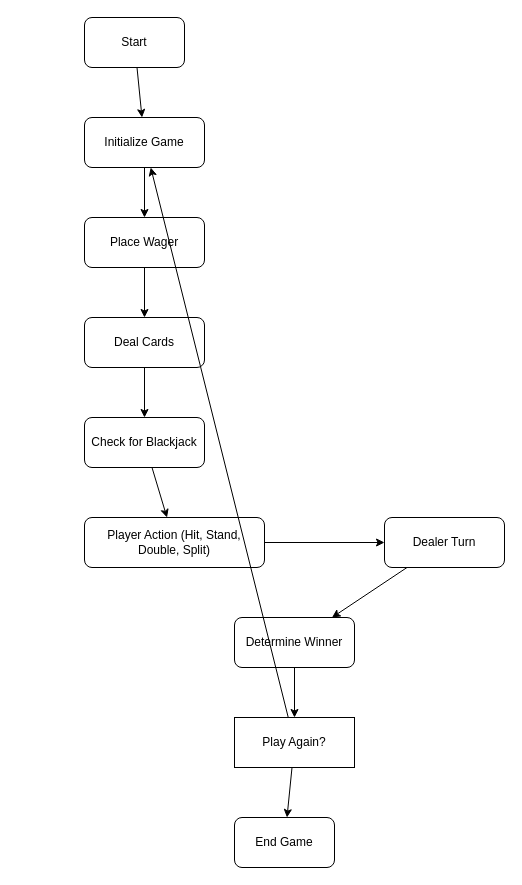
This is Design/flowchart.drawio from Mikael-Amare/ICS4U-Assignment1, a draw.io file, before an edit. Source tidied: cells renumbered, new cells numbered last; positions are measured from the earlier drawing's top-left corner, leaving out a move shared by most shapes. Both pictures are drawn from the tidied source at 100%, with x=0, y=0 at pixel (84, 17).
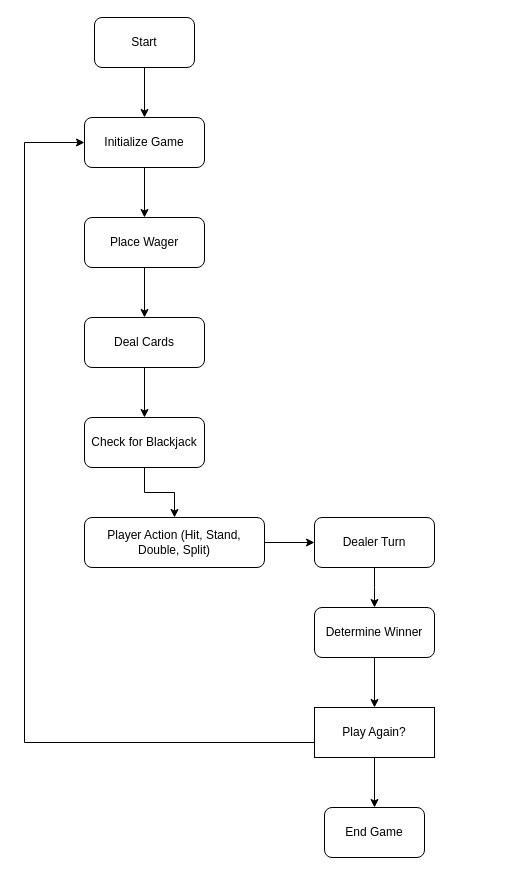
The same page after the edit.

The change refers to these unchanged cells:
```xml
<mxCell id="3" value="Initialize Game" style="rounded=1;whiteSpace=wrap;html=1;" parent="1" vertex="1">
  <mxGeometry y="100" width="120" height="50" as="geometry" />
</mxCell>
<mxCell id="6" value="Check for Blackjack" style="rounded=1;whiteSpace=wrap;html=1;" parent="1" vertex="1">
  <mxGeometry y="400" width="120" height="50" as="geometry" />
</mxCell>
<mxCell id="7" value="Player Action (Hit, Stand, Double, Split)" style="rounded=1;whiteSpace=wrap;html=1;" parent="1" vertex="1">
  <mxGeometry y="500" width="180" height="50" as="geometry" />
</mxCell>
```

The edit, as a diff of the source:
```diff
@@
     <mxCell id="2" value="Start" style="rounded=1;whiteSpace=wrap;html=1;" parent="1" vertex="1">
-      <mxGeometry width="100" height="50" as="geometry" />
+      <mxGeometry x="10" width="100" height="50" as="geometry" />
     </mxCell>
@@
     <mxCell id="8" value="Dealer Turn" style="rounded=1;whiteSpace=wrap;html=1;" parent="1" vertex="1">
-      <mxGeometry x="300" y="500" width="120" height="50" as="geometry" />
+      <mxGeometry x="230" y="500" width="120" height="50" as="geometry" />
     </mxCell>
     <mxCell id="9" value="Determine Winner" style="rounded=1;whiteSpace=wrap;html=1;" parent="1" vertex="1">
-      <mxGeometry x="150" y="600" width="120" height="50" as="geometry" />
+      <mxGeometry x="230" y="590" width="120" height="50" as="geometry" />
     </mxCell>
     <mxCell id="10" value="Play Again?" style="diamond;whiteSpace=wrap;html=1;" parent="1" vertex="1">
-      <mxGeometry x="150" y="700" width="120" height="50" as="geometry" />
+      <mxGeometry x="230" y="690" width="120" height="50" as="geometry" />
     </mxCell>
     <mxCell id="11" value="End Game" style="rounded=1;whiteSpace=wrap;html=1;" parent="1" vertex="1">
-      <mxGeometry x="150" y="800" width="100" height="50" as="geometry" />
+      <mxGeometry x="240" y="790" width="100" height="50" as="geometry" />
     </mxCell>
@@
-    <mxCell id="16" parent="1" edge="1" source="6" target="7">
+    <mxCell id="16" style="edgeStyle=orthogonalEdgeStyle;rounded=0;" parent="1" edge="1" source="6" target="7">
       <mxGeometry relative="1" as="geometry" />
     </mxCell>
@@
-    <mxCell id="18" parent="1" edge="1" source="8" target="9">
-      <mxGeometry relative="1" as="geometry" />
+    <mxCell id="18" style="edgeStyle=orthogonalEdgeStyle;rounded=0;" parent="1" edge="1" source="8" target="9">
+      <mxGeometry relative="1" as="geometry">
+        <Array as="points">
+          <mxPoint x="290" y="570" />
+          <mxPoint x="290" y="570" />
+        </Array>
+      </mxGeometry>
     </mxCell>
@@
-    <mxCell id="21" parent="1" edge="1" source="10" target="3">
-      <mxGeometry relative="1" as="geometry" />
+    <mxCell id="21" style="entryX=0;entryY=0.5;entryDx=0;entryDy=0;rounded=0;edgeStyle=orthogonalEdgeStyle;" parent="1" edge="1" source="10" target="3">
+      <mxGeometry relative="1" as="geometry">
+        <Array as="points">
+          <mxPoint x="-60" y="725" />
+          <mxPoint x="-60" y="125" />
+        </Array>
+      </mxGeometry>
     </mxCell>
```
